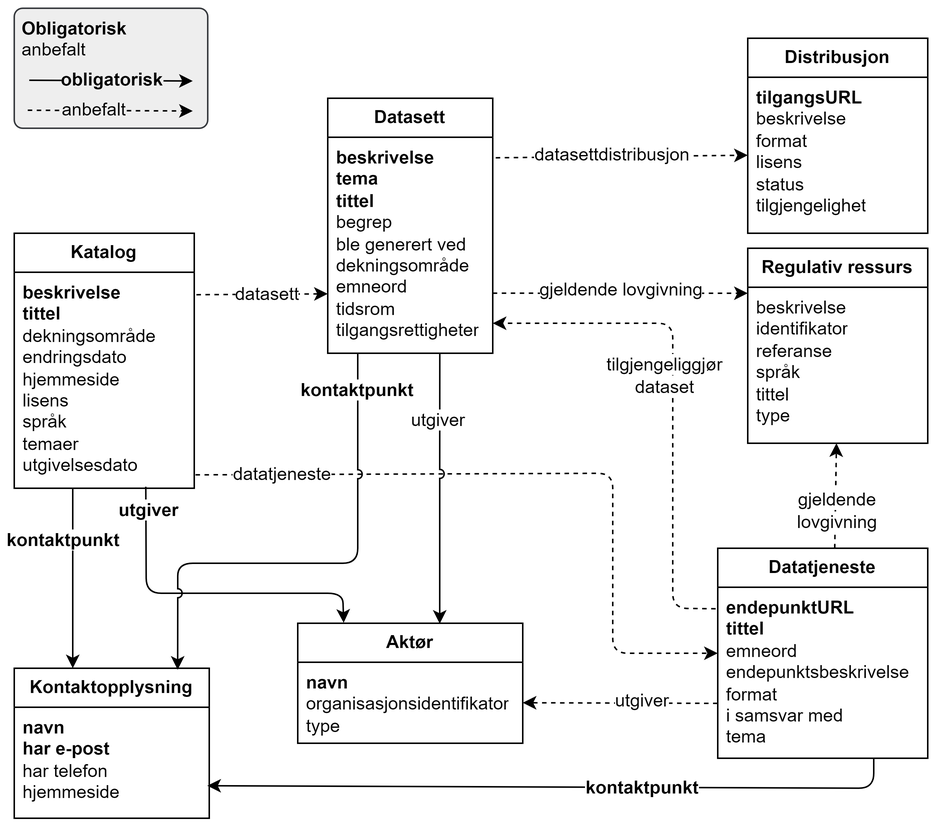
This is docs/images/DCAT-AP-NO-forenklet-fremstilling.png from Informasjonsforvaltning/dcat-ap-no, a draw.io export, as it was before one commit. Source tidied: cells renumbered, new cells last; positions are measured from the earlier drawing's top-left corner, leaving out a move shared by most shapes.
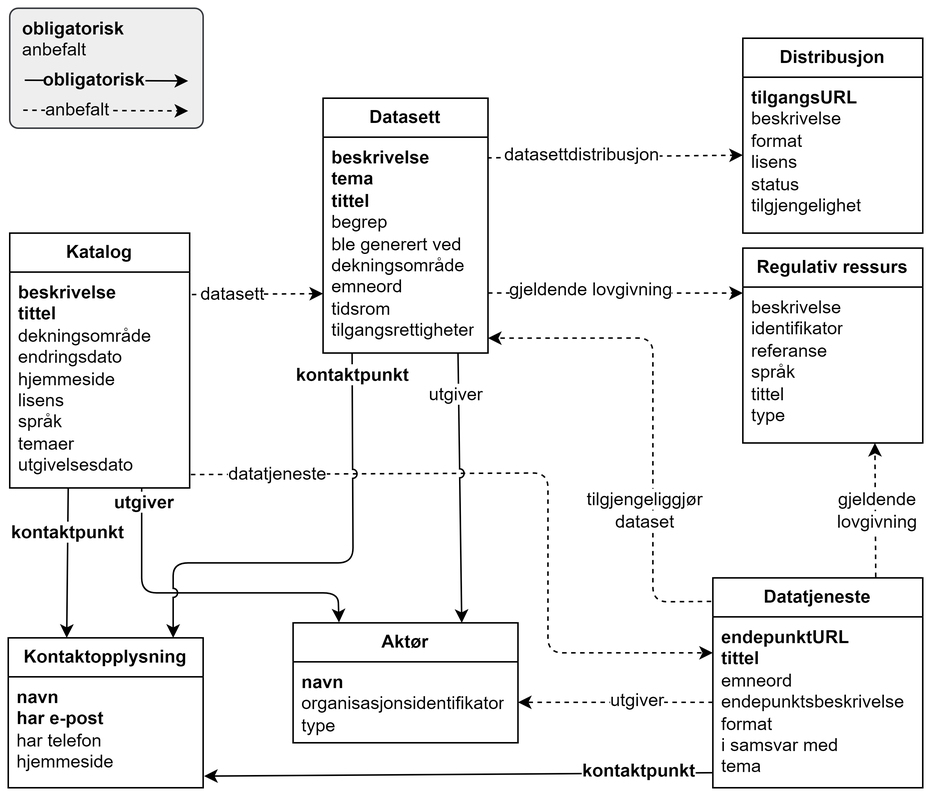
After the change.

Commit message:
Oppdaterer Forenklet tegning

The edit, as a diff of the source:
```diff
@@ -9,7 +9,7 @@
       <mxGeometry y="26" width="120" height="144" as="geometry" />
     </mxCell>
     <mxCell id="4" value="&lt;b&gt;Kontaktopplysning&lt;/b&gt;" style="swimlane;fontStyle=0;horizontal=1;startSize=26;fillColor=none;whiteSpace=wrap;html=1;" parent="1" vertex="1">
-      <mxGeometry y="440" width="130" height="100" as="geometry" />
+      <mxGeometry x="-1" y="420" width="130" height="100" as="geometry" />
     </mxCell>
     <mxCell id="5" value="&lt;div style=&quot;&quot;&gt;&lt;span style=&quot;background-color: rgb(255, 255, 255);&quot;&gt;&lt;b&gt;navn&lt;/b&gt;&lt;/span&gt;&lt;/div&gt;&lt;div style=&quot;&quot;&gt;&lt;span style=&quot;background-color: rgb(255, 255, 255);&quot;&gt;&lt;b&gt;har e-post&lt;/b&gt;&lt;/span&gt;&lt;/div&gt;&lt;div style=&quot;&quot;&gt;&lt;span style=&quot;background-color: rgb(255, 255, 255);&quot;&gt;har telefon&lt;/span&gt;&lt;br&gt;&lt;/div&gt;&lt;div&gt;&lt;span style=&quot;background-color: rgb(255, 255, 255);&quot;&gt;hjemmeside&lt;/span&gt;&lt;/div&gt;" style="text;strokeColor=none;fillColor=none;align=left;verticalAlign=top;spacingLeft=4;spacingRight=4;overflow=hidden;points=[[0,0.5],[1,0.5]];portConstraint=eastwest;whiteSpace=wrap;html=1;" parent="4" vertex="1">
       <mxGeometry y="26" width="130" height="74" as="geometry" />
@@ -20,7 +20,7 @@
       </mxGeometry>
     </mxCell>
     <mxCell id="7" value="&lt;div&gt;&lt;span style=&quot;background-color: rgb(255, 255, 255);&quot;&gt;&lt;b&gt;kontaktpunkt&lt;/b&gt;&lt;/span&gt;&lt;/div&gt;" style="text;html=1;align=center;verticalAlign=middle;whiteSpace=wrap;rounded=0;" parent="1" vertex="1">
-      <mxGeometry x="3" y="340" width="60" height="30" as="geometry" />
+      <mxGeometry x="9" y="340" width="60" height="20" as="geometry" />
     </mxCell>
     <mxCell id="8" value="&lt;b&gt;Aktør&lt;/b&gt;" style="swimlane;fontStyle=0;horizontal=1;startSize=26;fillColor=none;whiteSpace=wrap;html=1;" parent="1" vertex="1">
       <mxGeometry x="189" y="410" width="150" height="80" as="geometry" />
@@ -28,8 +28,9 @@
     <mxCell id="9" value="&lt;div style=&quot;&quot;&gt;&lt;span style=&quot;background-color: rgb(255, 255, 255);&quot;&gt;&lt;b&gt;navn&lt;/b&gt;&lt;/span&gt;&lt;/div&gt;&lt;div style=&quot;&quot;&gt;&lt;span style=&quot;background-color: rgb(255, 255, 255);&quot;&gt;organisasjonsidentifikator&lt;/span&gt;&lt;br&gt;&lt;/div&gt;&lt;div&gt;&lt;span style=&quot;background-color: rgb(255, 255, 255);&quot;&gt;type&lt;/span&gt;&lt;/div&gt;" style="text;strokeColor=none;fillColor=none;align=left;verticalAlign=top;spacingLeft=4;spacingRight=4;overflow=hidden;points=[[0,0.5],[1,0.5]];portConstraint=eastwest;whiteSpace=wrap;html=1;" parent="8" vertex="1">
       <mxGeometry y="26" width="150" height="54" as="geometry" />
     </mxCell>
-    <mxCell id="10" style="endArrow=classic;html=1;rounded=1;exitX=0.731;exitY=0.993;exitDx=0;exitDy=0;exitPerimeter=0;entryX=0.204;entryY=-0.004;entryDx=0;entryDy=0;entryPerimeter=0;curved=0;" parent="1" edge="1" source="3" target="8">
+    <mxCell id="10" style="endArrow=classic;html=1;rounded=1;entryX=0.204;entryY=-0.004;entryDx=0;entryDy=0;entryPerimeter=0;curved=0;" parent="1" edge="1" target="8">
       <mxGeometry relative="1" as="geometry">
+        <mxPoint x="88" y="320" as="sourcePoint" />
         <Array as="points">
           <mxPoint x="88" y="390" />
           <mxPoint x="219" y="390" />
@@ -37,7 +38,7 @@
       </mxGeometry>
     </mxCell>
     <mxCell id="11" value="&lt;div&gt;&lt;span style=&quot;background-color: rgb(255, 255, 255);&quot;&gt;&lt;b&gt;utgiver&lt;/b&gt;&lt;/span&gt;&lt;/div&gt;" style="text;html=1;align=center;verticalAlign=middle;whiteSpace=wrap;rounded=0;" parent="1" vertex="1">
-      <mxGeometry x="60" y="320" width="60" height="30" as="geometry" />
+      <mxGeometry x="60" y="320" width="60" height="20" as="geometry" />
     </mxCell>
     <mxCell id="12" value="&lt;b&gt;Datasett&lt;/b&gt;" style="swimlane;fontStyle=0;horizontal=1;startSize=26;fillColor=none;whiteSpace=wrap;html=1;" parent="1" vertex="1">
       <mxGeometry x="209" y="60" width="110" height="170" as="geometry" />
@@ -46,7 +47,7 @@
       <mxGeometry y="26" width="110" height="144" as="geometry" />
     </mxCell>
     <mxCell id="14" value="&lt;b&gt;Datatjeneste&lt;/b&gt;" style="swimlane;fontStyle=0;horizontal=1;startSize=26;fillColor=none;whiteSpace=wrap;html=1;" parent="1" vertex="1">
-      <mxGeometry x="469" y="360" width="140" height="140" as="geometry" />
+      <mxGeometry x="469" y="380" width="140" height="140" as="geometry" />
     </mxCell>
     <mxCell id="15" value="&lt;div style=&quot;&quot;&gt;&lt;span style=&quot;background-color: rgb(255, 255, 255);&quot;&gt;&lt;b&gt;endepunktURL&lt;/b&gt;&lt;/span&gt;&lt;/div&gt;&lt;div style=&quot;&quot;&gt;&lt;span style=&quot;background-color: rgb(255, 255, 255);&quot;&gt;&lt;b&gt;tittel&lt;/b&gt;&lt;/span&gt;&lt;/div&gt;&lt;div style=&quot;&quot;&gt;&lt;span style=&quot;background-color: rgb(255, 255, 255);&quot;&gt;emneord&lt;/span&gt;&lt;br&gt;&lt;/div&gt;&lt;div style=&quot;&quot;&gt;&lt;span style=&quot;background-color: rgb(255, 255, 255);&quot;&gt;endepunktsbeskrivelse&lt;/span&gt;&lt;/div&gt;&lt;div style=&quot;&quot;&gt;&lt;span style=&quot;background-color: rgb(255, 255, 255);&quot;&gt;format&lt;/span&gt;&lt;/div&gt;&lt;div style=&quot;&quot;&gt;&lt;span style=&quot;background-color: rgb(255, 255, 255);&quot;&gt;i samsvar med&lt;/span&gt;&lt;/div&gt;&lt;div style=&quot;&quot;&gt;&lt;span style=&quot;background-color: rgb(255, 255, 255);&quot;&gt;tema&lt;/span&gt;&lt;/div&gt;" style="text;strokeColor=none;fillColor=none;align=left;verticalAlign=top;spacingLeft=4;spacingRight=4;overflow=hidden;points=[[0,0.5],[1,0.5]];portConstraint=eastwest;whiteSpace=wrap;html=1;" parent="14" vertex="1">
       <mxGeometry y="26" width="140" height="114" as="geometry" />
@@ -55,25 +56,27 @@
       <mxGeometry relative="1" as="geometry" />
     </mxCell>
     <mxCell id="17" value="&lt;div&gt;&lt;span style=&quot;background-color: rgb(255, 255, 255);&quot;&gt;datasett&lt;/span&gt;&lt;/div&gt;" style="text;html=1;align=center;verticalAlign=middle;whiteSpace=wrap;rounded=0;" parent="1" vertex="1">
-      <mxGeometry x="139" y="176" width="60" height="30" as="geometry" />
+      <mxGeometry x="119" y="176" width="60" height="30" as="geometry" />
     </mxCell>
     <mxCell id="18" style="endArrow=classic;html=1;rounded=1;exitX=1.007;exitY=0.938;exitDx=0;exitDy=0;exitPerimeter=0;dashed=1;curved=0;" parent="1" edge="1" source="3">
       <mxGeometry relative="1" as="geometry">
         <mxPoint x="469" y="430" as="targetPoint" />
         <Array as="points">
-          <mxPoint x="399" y="310" />
-          <mxPoint x="399" y="430" />
+          <mxPoint x="359" y="310" />
+          <mxPoint x="359" y="430" />
         </Array>
       </mxGeometry>
     </mxCell>
     <mxCell id="19" value="&lt;div&gt;&lt;span style=&quot;background-color: rgb(255, 255, 255);&quot;&gt;datatjeneste&lt;/span&gt;&lt;/div&gt;" style="text;html=1;align=center;verticalAlign=middle;whiteSpace=wrap;rounded=0;" parent="1" vertex="1">
       <mxGeometry x="149" y="296" width="60" height="30" as="geometry" />
     </mxCell>
-    <mxCell id="20" style="endArrow=classic;html=1;rounded=0;jumpStyle=arc;exitX=0.679;exitY=0.998;exitDx=0;exitDy=0;exitPerimeter=0;entryX=0.631;entryY=0.004;entryDx=0;entryDy=0;entryPerimeter=0;" parent="1" edge="1" source="13" target="8">
-      <mxGeometry relative="1" as="geometry" />
+    <mxCell id="20" style="endArrow=classic;html=1;rounded=0;jumpStyle=arc;entryX=0.75;entryY=0;entryDx=0;entryDy=0;" parent="1" edge="1" target="8">
+      <mxGeometry relative="1" as="geometry">
+        <mxPoint x="299" y="230" as="sourcePoint" />
+      </mxGeometry>
     </mxCell>
     <mxCell id="21" value="&lt;div&gt;&lt;span style=&quot;background-color: rgb(255, 255, 255);&quot;&gt;utgiver&lt;/span&gt;&lt;/div&gt;" style="text;html=1;align=center;verticalAlign=middle;whiteSpace=wrap;rounded=0;" parent="1" vertex="1">
-      <mxGeometry x="253" y="260" width="60" height="30" as="geometry" />
+      <mxGeometry x="268" y="243" width="60" height="30" as="geometry" />
     </mxCell>
     <mxCell id="22" value="&lt;b&gt;Distribusjon&lt;/b&gt;" style="swimlane;fontStyle=0;horizontal=1;startSize=26;fillColor=none;whiteSpace=wrap;html=1;" parent="1" vertex="1">
       <mxGeometry x="489" y="20" width="120" height="130" as="geometry" />
@@ -81,11 +84,11 @@
     <mxCell id="23" value="&lt;div style=&quot;&quot;&gt;&lt;span style=&quot;background-color: rgb(255, 255, 255);&quot;&gt;&lt;b&gt;tilgangsURL&lt;/b&gt;&lt;/span&gt;&lt;/div&gt;&lt;div style=&quot;&quot;&gt;&lt;span style=&quot;background-color: rgb(255, 255, 255);&quot;&gt;beskrivelse&lt;/span&gt;&lt;br&gt;&lt;/div&gt;&lt;div style=&quot;&quot;&gt;&lt;span style=&quot;background-color: rgb(255, 255, 255);&quot;&gt;format&lt;/span&gt;&lt;/div&gt;&lt;div style=&quot;&quot;&gt;&lt;span style=&quot;background-color: rgb(255, 255, 255);&quot;&gt;lisens&lt;/span&gt;&lt;/div&gt;&lt;div style=&quot;&quot;&gt;&lt;span style=&quot;background-color: rgb(255, 255, 255);&quot;&gt;status&lt;/span&gt;&lt;/div&gt;&lt;div style=&quot;&quot;&gt;&lt;span style=&quot;background-color: rgb(255, 255, 255);&quot;&gt;tilgjengelighet&lt;/span&gt;&lt;/div&gt;" style="text;strokeColor=none;fillColor=none;align=left;verticalAlign=top;spacingLeft=4;spacingRight=4;overflow=hidden;points=[[0,0.5],[1,0.5]];portConstraint=eastwest;whiteSpace=wrap;html=1;" parent="22" vertex="1">
       <mxGeometry y="26" width="120" height="104" as="geometry" />
     </mxCell>
-    <mxCell id="24" style="endArrow=classic;html=1;rounded=0;exitX=1.018;exitY=0.095;exitDx=0;exitDy=0;exitPerimeter=0;dashed=1;entryX=0;entryY=0.5;entryDx=0;entryDy=0;" parent="1" edge="1" source="13" target="23">
+    <mxCell id="24" style="endArrow=classic;html=1;rounded=0;exitX=0.995;exitY=0.096;exitDx=0;exitDy=0;exitPerimeter=0;dashed=1;entryX=0;entryY=0.5;entryDx=0;entryDy=0;" parent="1" edge="1" source="13" target="23">
       <mxGeometry relative="1" as="geometry" />
     </mxCell>
     <mxCell id="25" value="&lt;div&gt;&lt;span style=&quot;background-color: rgb(255, 255, 255);&quot;&gt;datasettdistribusjon&lt;/span&gt;&lt;/div&gt;" style="text;html=1;align=center;verticalAlign=middle;whiteSpace=wrap;rounded=0;" parent="1" vertex="1">
-      <mxGeometry x="369" y="83" width="60" height="30" as="geometry" />
+      <mxGeometry x="352" y="83" width="60" height="30" as="geometry" />
     </mxCell>
     <mxCell id="26" value="&lt;b&gt;Regulativ ressurs&lt;/b&gt;" style="swimlane;fontStyle=0;horizontal=1;startSize=26;fillColor=none;whiteSpace=wrap;html=1;" parent="1" vertex="1">
       <mxGeometry x="489" y="160" width="120" height="130" as="geometry" />
@@ -99,34 +102,29 @@
       </mxGeometry>
     </mxCell>
     <mxCell id="29" value="&lt;div&gt;&lt;span style=&quot;background-color: rgb(255, 255, 255);&quot;&gt;gjeldende lovgivning&lt;/span&gt;&lt;/div&gt;" style="text;html=1;align=center;verticalAlign=middle;whiteSpace=wrap;rounded=0;" parent="1" vertex="1">
-      <mxGeometry x="347" y="173" width="116" height="30" as="geometry" />
+      <mxGeometry x="330" y="173" width="116" height="30" as="geometry" />
     </mxCell>
-    <mxCell id="30" style="endArrow=classic;html=1;rounded=0;dashed=1;" parent="1" edge="1" target="27">
-      <mxGeometry relative="1" as="geometry">
-        <mxPoint x="547" y="360" as="sourcePoint" />
-      </mxGeometry>
+    <mxCell id="30" style="endArrow=classic;html=1;rounded=0;dashed=1;exitX=0.776;exitY=-0.004;exitDx=0;exitDy=0;entryX=0.734;entryY=1;entryDx=0;entryDy=0;entryPerimeter=0;exitPerimeter=0;" parent="1" edge="1" source="14" target="27">
+      <mxGeometry relative="1" as="geometry" />
     </mxCell>
     <mxCell id="31" value="&lt;div&gt;&lt;span style=&quot;background-color: rgb(255, 255, 255);&quot;&gt;gjeldende lovgivning&lt;/span&gt;&lt;/div&gt;" style="text;html=1;align=center;verticalAlign=middle;whiteSpace=wrap;rounded=0;" parent="1" vertex="1">
-      <mxGeometry x="509" y="320" width="80" height="30" as="geometry" />
+      <mxGeometry x="539" y="320" width="80" height="30" as="geometry" />
     </mxCell>
-    <mxCell id="32" style="endArrow=classic;html=1;rounded=0;entryX=1;entryY=0.5;entryDx=0;entryDy=0;exitX=-0.001;exitY=0.679;exitDx=0;exitDy=0;exitPerimeter=0;dashed=1;" parent="1" edge="1" source="15" target="9">
+    <mxCell id="32" style="endArrow=classic;html=1;rounded=0;entryX=1;entryY=0.5;entryDx=0;entryDy=0;exitX=0;exitY=0.5;exitDx=0;exitDy=0;dashed=1;" parent="1" edge="1" source="15" target="9">
       <mxGeometry relative="1" as="geometry" />
     </mxCell>
     <mxCell id="33" value="&lt;div&gt;&lt;span style=&quot;background-color: rgb(255, 255, 255);&quot;&gt;utgiver&lt;/span&gt;&lt;/div&gt;" style="text;html=1;align=center;verticalAlign=middle;whiteSpace=wrap;rounded=0;" parent="1" vertex="1">
       <mxGeometry x="389" y="447" width="60" height="30" as="geometry" />
     </mxCell>
-    <mxCell id="34" style="endArrow=classic;html=1;rounded=1;exitX=0.743;exitY=0.998;exitDx=0;exitDy=0;exitPerimeter=0;entryX=0.99;entryY=0.707;entryDx=0;entryDy=0;entryPerimeter=0;curved=0;" parent="1" edge="1" source="15" target="5">
-      <mxGeometry relative="1" as="geometry">
-        <Array as="points">
-          <mxPoint x="573" y="520" />
-        </Array>
-      </mxGeometry>
+    <mxCell id="34" style="endArrow=classic;html=1;rounded=1;exitX=0;exitY=0.912;exitDx=0;exitDy=0;exitPerimeter=0;entryX=1.005;entryY=0.895;entryDx=0;entryDy=0;entryPerimeter=0;curved=0;" parent="1" edge="1" source="15" target="5">
+      <mxGeometry relative="1" as="geometry" />
     </mxCell>
     <mxCell id="35" value="&lt;div&gt;&lt;span style=&quot;background-color: rgb(255, 255, 255);&quot;&gt;&lt;b&gt;kontaktpunkt&lt;/b&gt;&lt;/span&gt;&lt;/div&gt;" style="text;html=1;align=center;verticalAlign=middle;whiteSpace=wrap;rounded=0;" parent="1" vertex="1">
-      <mxGeometry x="389" y="505" width="60" height="30" as="geometry" />
+      <mxGeometry x="390" y="494" width="60" height="30" as="geometry" />
     </mxCell>
-    <mxCell id="36" style="endArrow=classic;html=1;rounded=1;entryX=0.838;entryY=0.01;entryDx=0;entryDy=0;jumpStyle=arc;curved=0;exitX=0.182;exitY=1;exitDx=0;exitDy=0;exitPerimeter=0;entryPerimeter=0;" parent="1" edge="1" source="13" target="4">
+    <mxCell id="36" style="endArrow=classic;html=1;rounded=1;jumpStyle=arc;curved=0;exitX=0.176;exitY=1.001;exitDx=0;exitDy=0;exitPerimeter=0;" parent="1" edge="1" source="13">
       <mxGeometry relative="1" as="geometry">
+        <mxPoint x="109" y="420" as="targetPoint" />
         <Array as="points">
           <mxPoint x="229" y="370" />
           <mxPoint x="109" y="370" />
@@ -134,21 +132,20 @@
       </mxGeometry>
     </mxCell>
     <mxCell id="37" value="&lt;div&gt;&lt;span style=&quot;background-color: rgb(255, 255, 255);&quot;&gt;&lt;b&gt;kontaktpunkt&lt;/b&gt;&lt;/span&gt;&lt;/div&gt;" style="text;html=1;align=center;verticalAlign=middle;whiteSpace=wrap;rounded=0;" parent="1" vertex="1">
-      <mxGeometry x="199" y="240" width="60" height="30" as="geometry" />
+      <mxGeometry x="199" y="230" width="60" height="30" as="geometry" />
     </mxCell>
-    <mxCell id="38" style="endArrow=classic;html=1;rounded=1;exitX=-0.01;exitY=0.126;exitDx=0;exitDy=0;dashed=1;exitPerimeter=0;curved=0;" parent="1" edge="1" source="15">
+    <mxCell id="38" style="endArrow=classic;html=1;rounded=1;exitX=-0.008;exitY=0.112;exitDx=0;exitDy=0;dashed=1;exitPerimeter=0;curved=0;entryX=1;entryY=0.931;entryDx=0;entryDy=0;entryPerimeter=0;" parent="1" edge="1" source="14" target="13">
       <mxGeometry relative="1" as="geometry">
-        <mxPoint x="319" y="210" as="targetPoint" />
         <Array as="points">
-          <mxPoint x="439" y="400" />
-          <mxPoint x="439" y="210" />
+          <mxPoint x="429" y="396" />
+          <mxPoint x="429" y="220" />
         </Array>
       </mxGeometry>
     </mxCell>
     <mxCell id="39" value="&lt;div&gt;&lt;span style=&quot;background-color: rgb(255, 255, 255);&quot;&gt;tilgjengeliggjør dataset&lt;/span&gt;&lt;/div&gt;" style="text;html=1;align=center;verticalAlign=middle;whiteSpace=wrap;rounded=0;" parent="1" vertex="1">
-      <mxGeometry x="389" y="230" width="90" height="30" as="geometry" />
+      <mxGeometry x="379" y="320" width="90" height="30" as="geometry" />
     </mxCell>
-    <mxCell id="40" value="&lt;b&gt;&amp;nbsp;Obligatorisk&lt;/b&gt;&lt;div&gt;&amp;nbsp;anbefalt&lt;/div&gt;" style="rounded=1;whiteSpace=wrap;html=1;align=left;verticalAlign=top;arcSize=7;fillColor=#eeeeee;strokeColor=#36393d;" parent="1" vertex="1">
+    <mxCell id="40" value="&lt;b&gt;&amp;nbsp; obligatorisk&lt;/b&gt;&lt;div&gt;&amp;nbsp; anbefalt&lt;/div&gt;" style="rounded=1;whiteSpace=wrap;html=1;align=left;verticalAlign=top;arcSize=7;fillColor=#eeeeee;strokeColor=#36393d;" parent="1" vertex="1">
       <mxGeometry width="129" height="80" as="geometry" />
     </mxCell>
     <mxCell id="41" style="group;" parent="1" vertex="1">
@@ -161,7 +158,7 @@
       </mxGeometry>
     </mxCell>
     <mxCell id="43" value="&lt;b style=&quot;background-color: rgb(238, 238, 238);&quot;&gt;obligatorisk&lt;/b&gt;" style="text;html=1;align=center;verticalAlign=middle;whiteSpace=wrap;rounded=0;" parent="41" vertex="1">
-      <mxGeometry x="30.4" width="50.7" height="16" as="geometry" />
+      <mxGeometry x="21.4" width="50.7" height="16" as="geometry" />
     </mxCell>
     <mxCell id="44" style="group;" parent="1" vertex="1">
       <mxGeometry x="9" y="60" width="110" height="16" as="geometry" />
@@ -173,7 +170,7 @@
       </mxGeometry>
     </mxCell>
     <mxCell id="46" value="&lt;span style=&quot;background-color: rgb(238, 238, 238);&quot;&gt;anbefalt&lt;/span&gt;" style="text;html=1;align=center;verticalAlign=middle;whiteSpace=wrap;rounded=0;" parent="44" vertex="1">
-      <mxGeometry x="18.7" width="51.2" height="16" as="geometry" />
+      <mxGeometry x="10.7" width="51.2" height="16" as="geometry" />
     </mxCell>
   </root>
 </mxGraphModel>
```
